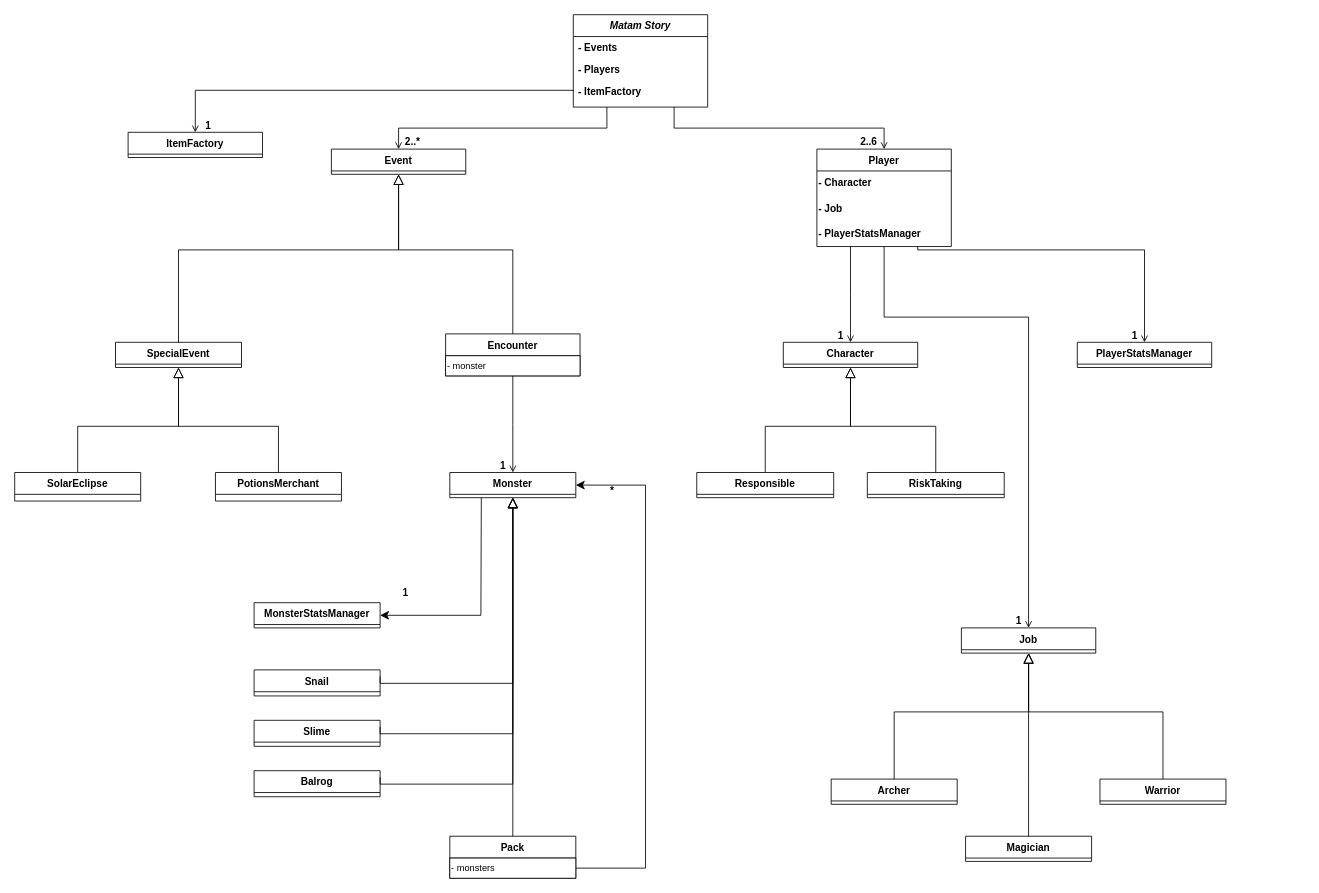
Above: UML_for_dry.drawio in HssainAzaqy135/HW4_2425A (draw.io), before the change. Source tidied: cells renumbered, new cells numbered last; positions are measured from the earlier drawing's top-left corner, leaving out a move shared by most shapes. Both pictures are drawn from the tidied source at 84%, with x=0, y=0 at pixel (14, 14).
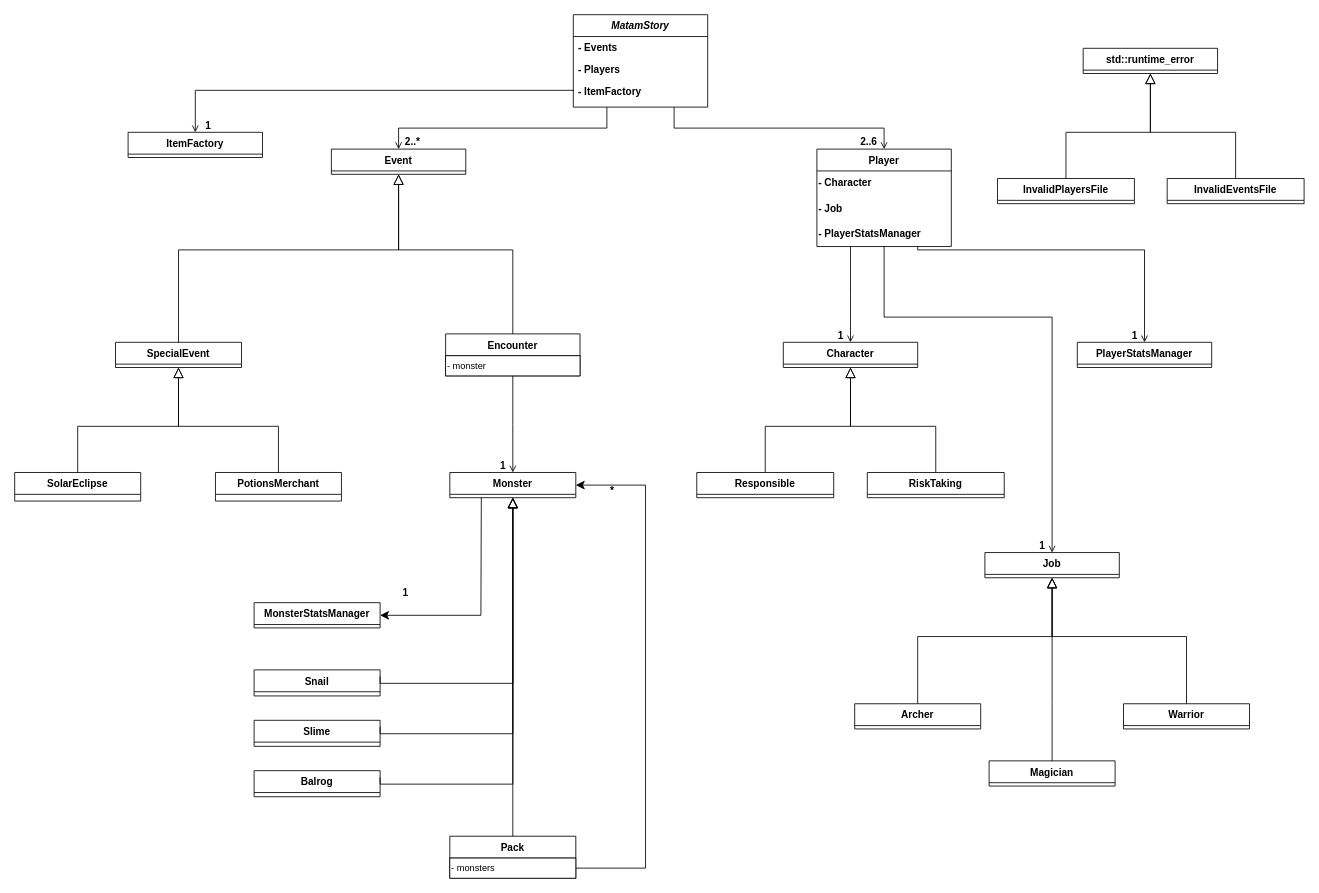
Above is the later version.

Commit message (it also covers changes not shown here):
update UML for exception classes, removed reference from exceptions constructors

What changed in the source:
```diff
@@
-    <mxCell id="2" value="Matam Story" style="swimlane;fontStyle=3;align=center;verticalAlign=top;horizontal=1;startSize=26;rounded=0;shadow=0;strokeWidth=1;" parent="1" vertex="1">
+    <mxCell id="2" value="MatamStory" style="swimlane;fontStyle=3;align=center;verticalAlign=top;horizontal=1;startSize=26;rounded=0;shadow=0;strokeWidth=1;" parent="1" vertex="1">
       <mxGeometry x="665" width="160" height="110" as="geometry" />
     </mxCell>
@@
     <mxCell id="16" value="Job" style="swimlane;fontStyle=1;align=center;verticalAlign=top;horizontal=1;startSize=26;rounded=0;shadow=0;strokeWidth=1;" parent="1" vertex="1">
-      <mxGeometry x="1127" y="730" width="160" height="30" as="geometry" />
+      <mxGeometry x="1155" y="640.3" width="160" height="30" as="geometry" />
     </mxCell>
@@
     <mxCell id="25" value="Warrior" style="swimlane;fontStyle=1;align=center;verticalAlign=top;horizontal=1;startSize=26;rounded=0;shadow=0;strokeWidth=1;" parent="1" vertex="1">
-      <mxGeometry x="1292" y="910" width="150" height="30" as="geometry" />
+      <mxGeometry x="1320" y="820.3" width="150" height="30" as="geometry" />
     </mxCell>
     <mxCell id="26" value="Magician" style="swimlane;fontStyle=1;align=center;verticalAlign=top;horizontal=1;startSize=26;rounded=0;shadow=0;strokeWidth=1;" parent="1" vertex="1">
-      <mxGeometry x="1132" y="978" width="150" height="30" as="geometry" />
+      <mxGeometry x="1160" y="888.3" width="150" height="30" as="geometry" />
     </mxCell>
     <mxCell id="27" value="Archer" style="swimlane;fontStyle=1;align=center;verticalAlign=top;horizontal=1;startSize=26;rounded=0;shadow=0;strokeWidth=1;" parent="1" vertex="1">
-      <mxGeometry x="972" y="910" width="150" height="30" as="geometry" />
+      <mxGeometry x="1000" y="820.3" width="150" height="30" as="geometry" />
     </mxCell>
     <mxCell id="28" style="endArrow=block;endSize=10;endFill=0;shadow=0;strokeWidth=1;rounded=0;edgeStyle=elbowEdgeStyle;elbow=vertical;entryX=0.5;entryY=1;entryDx=0;entryDy=0;exitX=0.5;exitY=0;exitDx=0;exitDy=0;fontStyle=1;" parent="1" edge="1" source="25" target="16">
       <mxGeometry relative="1" as="geometry">
         <Array as="points">
-          <mxPoint x="1297" y="830" />
+          <mxPoint x="1325" y="740.3" />
         </Array>
       </mxGeometry>
     </mxCell>
     <mxCell id="29" style="endArrow=block;endSize=10;endFill=0;shadow=0;strokeWidth=1;rounded=0;edgeStyle=elbowEdgeStyle;elbow=vertical;exitX=0.5;exitY=0;exitDx=0;exitDy=0;fontStyle=1;entryX=0.5;entryY=1;entryDx=0;entryDy=0;" parent="1" edge="1" source="27" target="16">
       <mxGeometry relative="1" as="geometry">
         <Array as="points">
-          <mxPoint x="1097" y="830" />
+          <mxPoint x="1125" y="740.3" />
         </Array>
       </mxGeometry>
     </mxCell>
     <mxCell id="30" style="endArrow=block;endSize=10;endFill=0;shadow=0;strokeWidth=1;rounded=0;edgeStyle=elbowEdgeStyle;elbow=vertical;exitX=0.5;exitY=0;exitDx=0;exitDy=0;fontStyle=1;entryX=0.5;entryY=1;entryDx=0;entryDy=0;" parent="1" edge="1" source="26" target="16">
       <mxGeometry relative="1" as="geometry">
         <Array as="points">
-          <mxPoint x="1167" y="910" />
+          <mxPoint x="1195" y="820.3" />
         </Array>
       </mxGeometry>
     </mxCell>
@@
+    <mxCell id="63" value="std::runtime_error" style="swimlane;fontStyle=1;align=center;verticalAlign=top;horizontal=1;startSize=26;rounded=0;shadow=0;strokeWidth=1;" parent="1" vertex="1">
+      <mxGeometry x="1272" y="40" width="160" height="30" as="geometry" />
+    </mxCell>
+    <mxCell id="64" value="InvalidPlayersFile" style="swimlane;fontStyle=1;align=center;verticalAlign=top;horizontal=1;startSize=26;rounded=0;shadow=0;strokeWidth=1;" parent="1" vertex="1">
+      <mxGeometry x="1170" y="195" width="163" height="30" as="geometry" />
+    </mxCell>
+    <mxCell id="65" value="InvalidEventsFile" style="swimlane;fontStyle=1;align=center;verticalAlign=top;horizontal=1;startSize=26;rounded=0;shadow=0;strokeWidth=1;" parent="1" vertex="1">
+      <mxGeometry x="1372" y="195" width="163" height="30" as="geometry" />
+    </mxCell>
+    <mxCell id="66" style="endArrow=block;endSize=10;endFill=0;shadow=0;strokeWidth=1;rounded=0;edgeStyle=elbowEdgeStyle;elbow=vertical;entryX=0.5;entryY=1;entryDx=0;entryDy=0;exitX=0.5;exitY=0;exitDx=0;exitDy=0;fontStyle=1;" parent="1" edge="1" source="64" target="63">
+      <mxGeometry relative="1" as="geometry">
+        <Array as="points">
+          <mxPoint x="1319" y="140" />
+        </Array>
+      </mxGeometry>
+    </mxCell>
+    <mxCell id="67" style="endArrow=block;endSize=10;endFill=0;shadow=0;strokeWidth=1;rounded=0;edgeStyle=elbowEdgeStyle;elbow=vertical;entryX=0.5;entryY=1;entryDx=0;entryDy=0;exitX=0.5;exitY=0;exitDx=0;exitDy=0;fontStyle=1;" parent="1" edge="1" source="65" target="63">
+      <mxGeometry relative="1" as="geometry">
+        <Array as="points">
+          <mxPoint x="1499" y="140" />
+        </Array>
+      </mxGeometry>
+    </mxCell>
```
